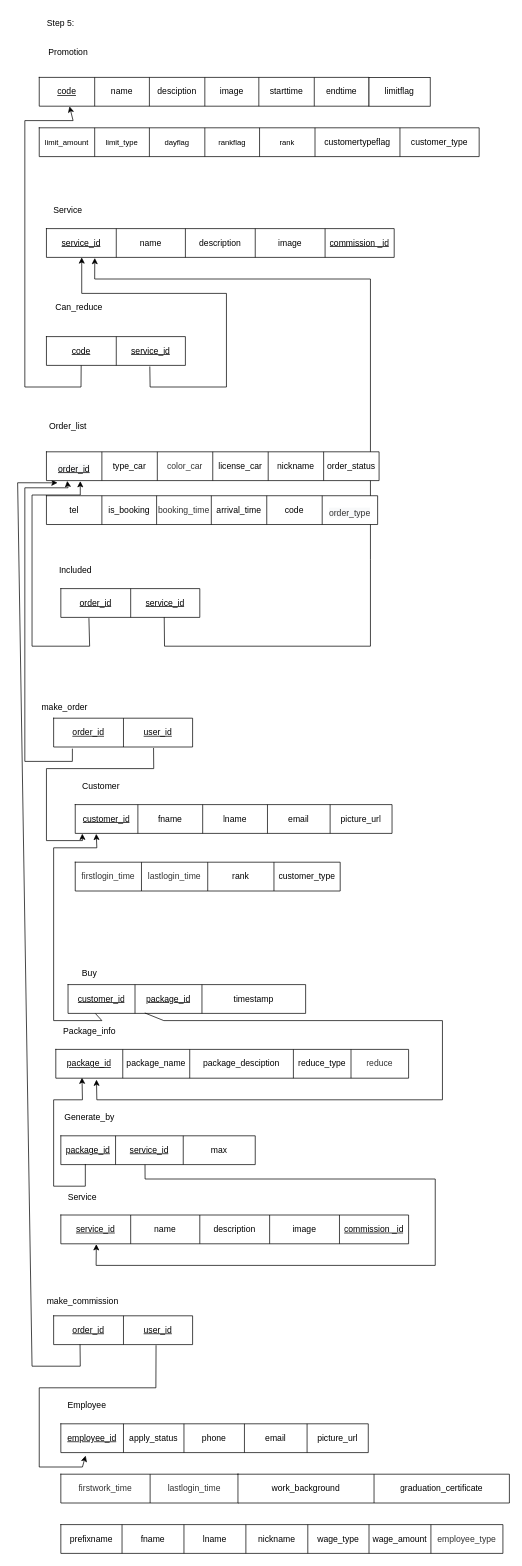
Above: page "Step_P3" (4 of 7) of carcare.drawio in jarawin/carcare (draw.io), before the change. Source tidied: cells renumbered, new cells numbered last; positions are measured from the earlier drawing's top-left corner, leaving out a move shared by most shapes. Both pictures are drawn from the tidied source at 72%, with x=0, y=0 at pixel (17, 12).
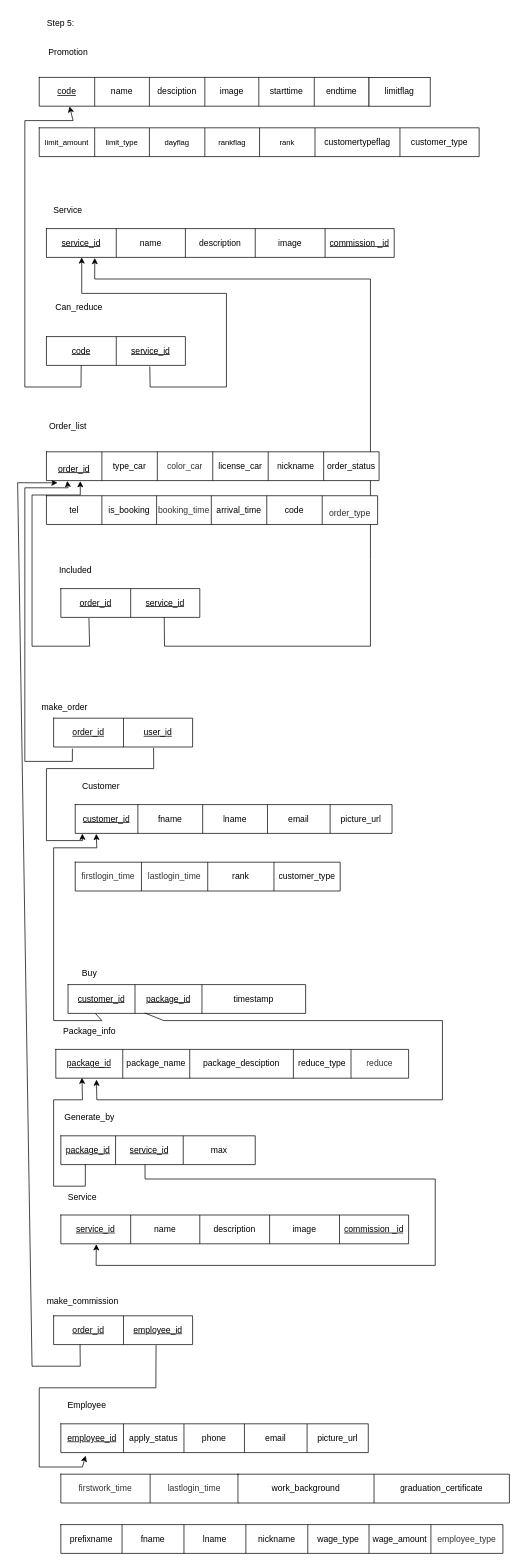
The same diagram, later.

The change refers to these unchanged cells:
```xml
<mxCell id="62" style="shape=tableRow;horizontal=0;startSize=0;swimlaneHead=0;swimlaneBody=0;top=0;left=0;bottom=0;right=0;fillColor=none;points=[[0,0.5],[1,0.5]];portConstraint=eastwest;strokeColor=default;fontFamily=Helvetica;fontSize=12;fontColor=default;html=1;" parent="61" vertex="1">
  <mxGeometry width="193" height="40" as="geometry" />
</mxCell>
```

What changed in the source:
```diff
@@
-    <mxCell id="64" value="&lt;u&gt;&lt;span style=&quot;font-size: 9pt; line-height: 12.72px; font-family: Helvetica, sans-serif; background-image: initial; background-position: initial; background-size: initial; background-repeat: initial; background-attachment: initial; background-origin: initial; background-clip: initial;&quot;&gt;user_id&lt;/span&gt;&lt;/u&gt;" style="shape=partialRectangle;html=1;whiteSpace=wrap;overflow=hidden;fillColor=none;top=0;left=0;bottom=0;right=0;strokeColor=default;fontFamily=Helvetica;fontSize=12;fontColor=default;startSize=0;" parent="62" vertex="1">
+    <mxCell id="64" value="&lt;u&gt;&lt;span style=&quot;line-height: 12.72px; font-family: Helvetica, sans-serif; background-image: initial; background-position: initial; background-size: initial; background-repeat: initial; background-attachment: initial; background-origin: initial; background-clip: initial;&quot;&gt;employee_id&lt;/span&gt;&lt;/u&gt;" style="shape=partialRectangle;html=1;whiteSpace=wrap;overflow=hidden;fillColor=none;top=0;left=0;bottom=0;right=0;strokeColor=default;fontFamily=Helvetica;fontSize=12;fontColor=default;startSize=0;" parent="62" vertex="1">
       <mxGeometry x="97" width="96" height="40" as="geometry" />
     </mxCell>
```
